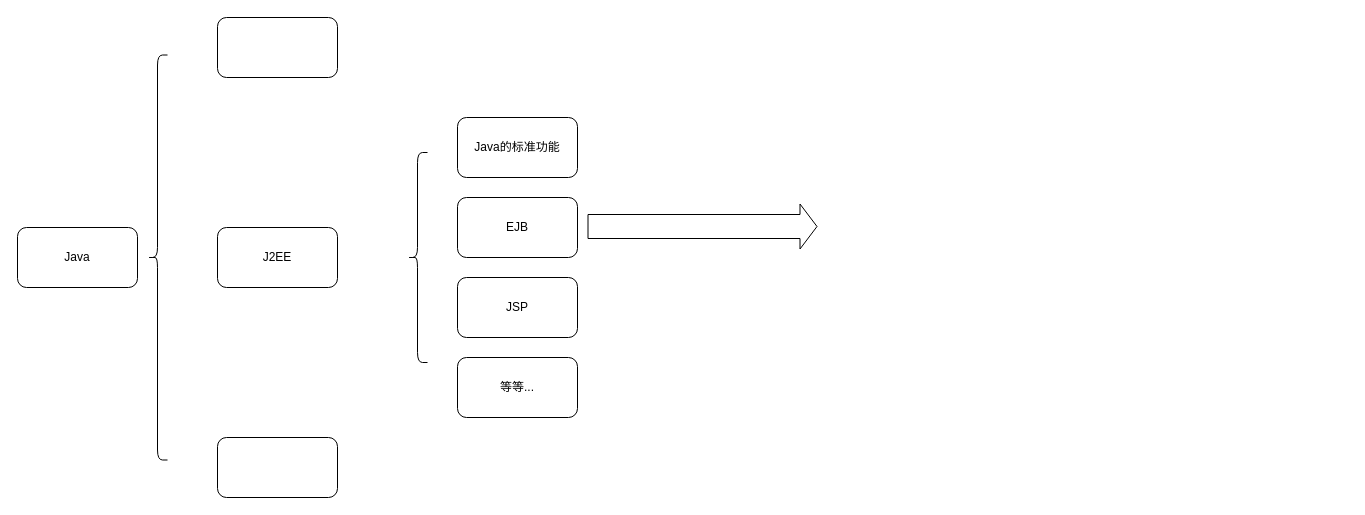
Earlier version of the draw.io diagram JAVA/mindmap/J2EE与EJB.drawio (KerwinShi/JavaBlogReading). Source tidied: cells renumbered, new cells numbered last; positions are measured from the earlier drawing's top-left corner, leaving out a move shared by most shapes. Both pictures are drawn from the tidied source at 100%, with x=0, y=0 at pixel (17, 17).
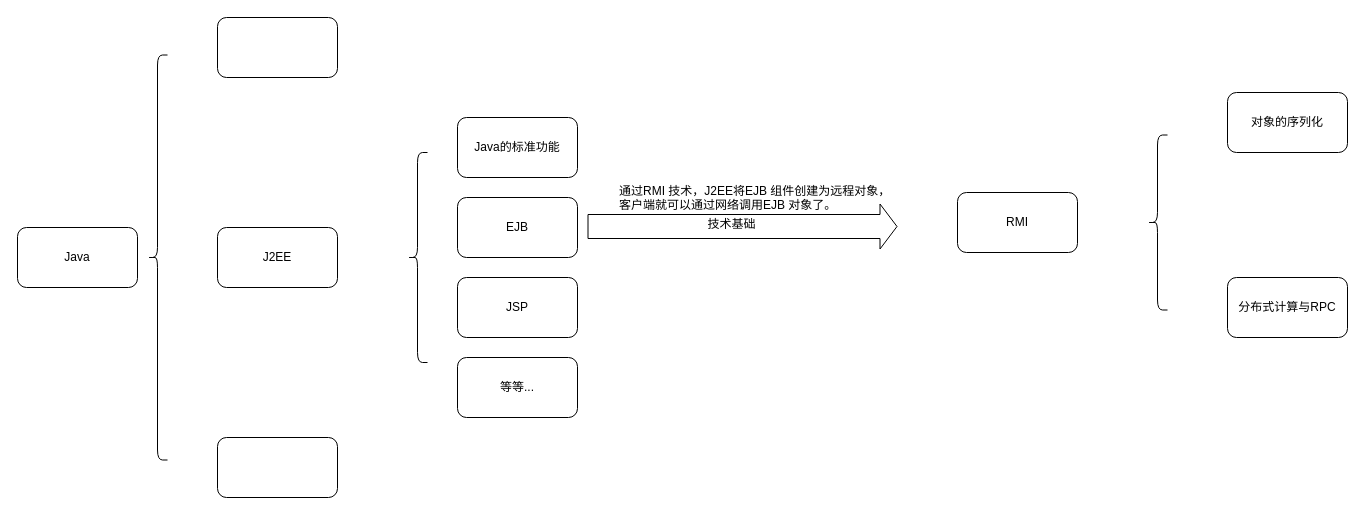
After the change.

Diff of the diagram source:
```diff
@@
 <mxGraphModel>
   <root>
     <mxCell id="0" />
     <mxCell id="1" parent="0" />
     <mxCell id="2" value="Java" style="rounded=1;whiteSpace=wrap;html=1;" parent="1" vertex="1">
       <mxGeometry y="210" width="120" height="60" as="geometry" />
     </mxCell>
     <mxCell id="3" style="rounded=1;whiteSpace=wrap;html=1;" parent="1" vertex="1">
       <mxGeometry x="200" width="120" height="60" as="geometry" />
     </mxCell>
     <mxCell id="4" value="J2EE" style="rounded=1;whiteSpace=wrap;html=1;" parent="1" vertex="1">
       <mxGeometry x="200" y="210" width="120" height="60" as="geometry" />
     </mxCell>
     <mxCell id="5" style="rounded=1;whiteSpace=wrap;html=1;" parent="1" vertex="1">
       <mxGeometry x="200" y="420" width="120" height="60" as="geometry" />
     </mxCell>
     <mxCell id="6" style="shape=curlyBracket;whiteSpace=wrap;html=1;rounded=1;" parent="1" vertex="1">
       <mxGeometry x="390" y="135" width="20" height="210" as="geometry" />
     </mxCell>
     <mxCell id="7" value="Java的标准功能" style="rounded=1;whiteSpace=wrap;html=1;" parent="1" vertex="1">
       <mxGeometry x="440" y="100" width="120" height="60" as="geometry" />
     </mxCell>
     <mxCell id="8" value="EJB" style="rounded=1;whiteSpace=wrap;html=1;" parent="1" vertex="1">
       <mxGeometry x="440" y="180" width="120" height="60" as="geometry" />
     </mxCell>
     <mxCell id="9" value="JSP" style="rounded=1;whiteSpace=wrap;html=1;" parent="1" vertex="1">
       <mxGeometry x="440" y="260" width="120" height="60" as="geometry" />
     </mxCell>
     <mxCell id="10" value="等等..." style="rounded=1;whiteSpace=wrap;html=1;" parent="1" vertex="1">
       <mxGeometry x="440" y="340" width="120" height="60" as="geometry" />
     </mxCell>
     <mxCell id="11" style="shape=flexArrow;endArrow=classic;html=1;width=24;endSize=5.33;" parent="1" edge="1">
       <mxGeometry relative="1" as="geometry">
         <mxPoint x="570" y="209" as="sourcePoint" />
-        <mxPoint x="800" y="209" as="targetPoint" />
+        <mxPoint x="880" y="209" as="targetPoint" />
       </mxGeometry>
     </mxCell>
+    <mxCell id="13" value="技术基础" style="text;html=1;align=center;verticalAlign=middle;labelBackgroundColor=#ffffff;" parent="11" vertex="1">
+      <mxGeometry x="-0.08" y="3" relative="1" as="geometry" />
+    </mxCell>
     <mxCell id="12" style="shape=curlyBracket;whiteSpace=wrap;html=1;rounded=1;" parent="1" vertex="1">
       <mxGeometry x="130" y="37.5" width="20" height="405" as="geometry" />
     </mxCell>
+    <mxCell id="14" value="通过RMI 技术，J2EE将EJB 组件创建为远程对象，&lt;br&gt;客户端就可以通过网络调用EJB 对象了。" style="text;html=1;" parent="1" vertex="1">
+      <mxGeometry x="600" y="160" width="260" height="30" as="geometry" />
+    </mxCell>
+    <mxCell id="15" value="RMI" style="rounded=1;whiteSpace=wrap;html=1;" parent="1" vertex="1">
+      <mxGeometry x="940" y="175" width="120" height="60" as="geometry" />
+    </mxCell>
+    <mxCell id="16" style="shape=curlyBracket;whiteSpace=wrap;html=1;rounded=1;" parent="1" vertex="1">
+      <mxGeometry x="1130" y="117.5" width="20" height="175" as="geometry" />
+    </mxCell>
+    <mxCell id="17" value="对象的序列化" style="rounded=1;whiteSpace=wrap;html=1;" parent="1" vertex="1">
+      <mxGeometry x="1210" y="75" width="120" height="60" as="geometry" />
+    </mxCell>
+    <mxCell id="18" value="&lt;div&gt;&lt;span&gt;分布式计算与RPC&lt;/span&gt;&lt;/div&gt;" style="rounded=1;whiteSpace=wrap;html=1;" parent="1" vertex="1">
+      <mxGeometry x="1210" y="260" width="120" height="60" as="geometry" />
+    </mxCell>
   </root>
 </mxGraphModel>
```
